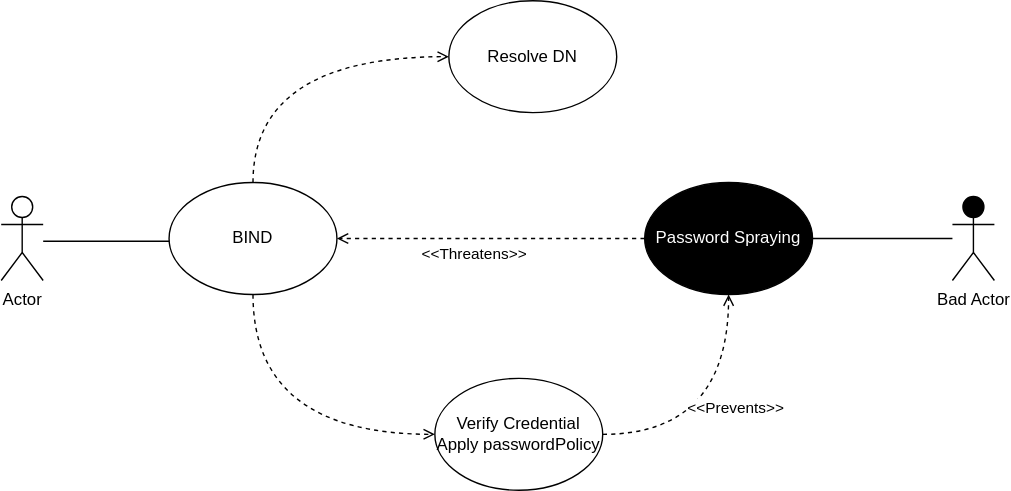
The draw.io diagram Use-Misuse Case-Final1 -Bind.drawio.svg in bartelsjoshuac/SAPG, before a commit. Source tidied: cells renumbered, new cells last; positions are measured from the earlier drawing's top-left corner, leaving out a move shared by most shapes. Its diagram source:
```xml
<mxGraphModel>
  <root>
    <mxCell id="0" />
    <mxCell id="1" parent="0" />
    <mxCell id="2" value="Actor" style="shape=umlActor;verticalLabelPosition=bottom;verticalAlign=top;html=1;fillColor=#FFFFFF;" parent="1" vertex="1">
      <mxGeometry y="140" width="30" height="60" as="geometry" />
    </mxCell>
    <mxCell id="3" style="endArrow=none;html=1;" parent="1" edge="1">
      <mxGeometry relative="1" as="geometry">
        <mxPoint x="30" y="172" as="sourcePoint" />
        <mxPoint x="120" y="172" as="targetPoint" />
      </mxGeometry>
    </mxCell>
    <mxCell id="4" style="edgeStyle=orthogonalEdgeStyle;rounded=1;jettySize=auto;html=1;entryX=0;entryY=0.5;entryDx=0;entryDy=0;dashed=1;strokeWidth=1;endFill=0;endArrow=open;curved=1;exitX=0.5;exitY=0;exitDx=0;exitDy=0;" parent="1" edge="1" source="5" target="8">
      <mxGeometry relative="1" as="geometry" />
    </mxCell>
    <mxCell id="5" value="BIND" style="ellipse;whiteSpace=wrap;html=1;fillColor=#FFFFFF;" parent="1" vertex="1">
      <mxGeometry x="120" y="130" width="120" height="80" as="geometry" />
    </mxCell>
    <mxCell id="6" value="Verify Credential&lt;br&gt;Apply passwordPolicy" style="ellipse;whiteSpace=wrap;html=1;fillColor=#FFFFFF;" parent="1" vertex="1">
      <mxGeometry x="310" y="270" width="120" height="80" as="geometry" />
    </mxCell>
    <mxCell id="7" style="endArrow=open;dashed=1;html=1;entryX=0;entryY=0.5;entryDx=0;entryDy=0;edgeStyle=orthogonalEdgeStyle;curved=1;endFill=0;strokeWidth=1;exitX=0.5;exitY=1;exitDx=0;exitDy=0;" parent="1" edge="1" source="5" target="6">
      <mxGeometry relative="1" as="geometry" />
    </mxCell>
    <mxCell id="8" value="Resolve DN" style="ellipse;whiteSpace=wrap;html=1;" parent="1" vertex="1">
      <mxGeometry x="320" width="120" height="80" as="geometry" />
    </mxCell>
    <mxCell id="9" style="edgeStyle=orthogonalEdgeStyle;rounded=0;jettySize=auto;html=1;entryX=1;entryY=0.5;entryDx=0;entryDy=0;endArrow=none;endFill=0;" parent="1" edge="1" source="10">
      <mxGeometry relative="1" as="geometry">
        <mxPoint x="580" y="170" as="targetPoint" />
      </mxGeometry>
    </mxCell>
    <mxCell id="10" value="Bad Actor" style="shape=umlActor;verticalLabelPosition=bottom;verticalAlign=top;html=1;outlineConnect=0;fillColor=#000000;" parent="1" vertex="1">
      <mxGeometry x="680" y="140" width="30" height="60" as="geometry" />
    </mxCell>
    <mxCell id="11" style="edgeStyle=orthogonalEdgeStyle;curved=1;rounded=0;jettySize=auto;html=1;entryX=1;entryY=0.5;entryDx=0;entryDy=0;dashed=1;endArrow=open;endFill=0;strokeWidth=1;" parent="1" edge="1" source="13">
      <mxGeometry relative="1" as="geometry">
        <mxPoint x="240" y="170" as="targetPoint" />
      </mxGeometry>
    </mxCell>
    <mxCell id="12" value="&amp;lt;&amp;lt;Threatens&amp;gt;&amp;gt;" style="edgeLabel;html=1;align=center;verticalAlign=middle;" parent="11" vertex="1">
      <mxGeometry x="0.11" y="1" relative="1" as="geometry">
        <mxPoint y="9" as="offset" />
      </mxGeometry>
    </mxCell>
    <mxCell id="13" value="Password Spraying" style="ellipse;whiteSpace=wrap;html=1;fillColor=#000000;fontColor=#FFFFFF;" parent="1" vertex="1">
      <mxGeometry x="460" y="130" width="120" height="80" as="geometry" />
    </mxCell>
    <mxCell id="14" style="edgeStyle=orthogonalEdgeStyle;curved=1;rounded=0;jettySize=auto;html=1;dashed=1;endArrow=open;endFill=0;strokeWidth=1;exitX=1;exitY=0.5;exitDx=0;exitDy=0;entryX=0.5;entryY=1;entryDx=0;entryDy=0;" parent="1" edge="1" source="6" target="13">
      <mxGeometry relative="1" as="geometry" />
    </mxCell>
    <mxCell id="15" value="&amp;lt;&amp;lt;Prevents&amp;gt;&amp;gt;" style="edgeLabel;html=1;align=center;verticalAlign=middle;" parent="14" vertex="1">
      <mxGeometry x="-0.23" y="23" relative="1" as="geometry">
        <mxPoint x="21" y="3" as="offset" />
      </mxGeometry>
    </mxCell>
  </root>
</mxGraphModel>
```
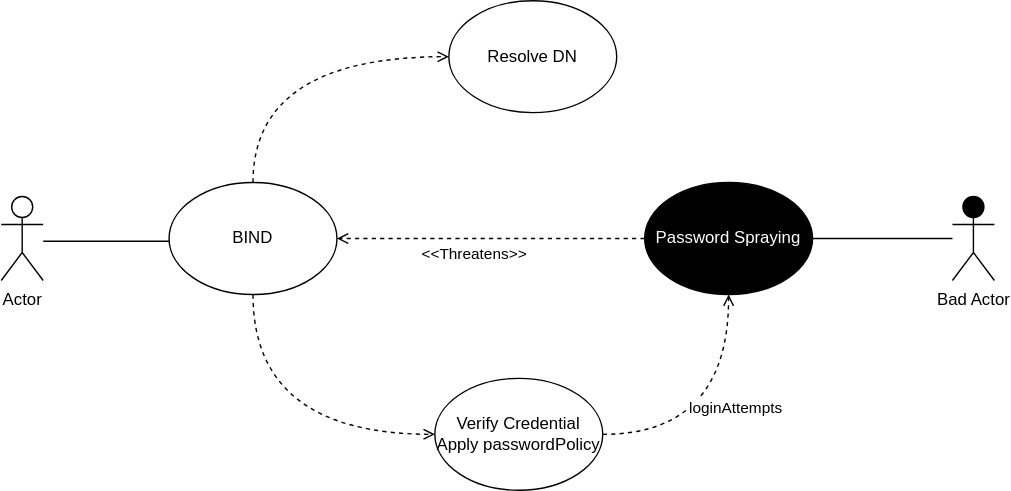
Later version of the same file.

Change to the diagram source:
```diff
@@ -50,7 +50,7 @@
     <mxCell id="14" style="edgeStyle=orthogonalEdgeStyle;curved=1;rounded=0;jettySize=auto;html=1;dashed=1;endArrow=open;endFill=0;strokeWidth=1;exitX=1;exitY=0.5;exitDx=0;exitDy=0;entryX=0.5;entryY=1;entryDx=0;entryDy=0;" parent="1" edge="1" source="6" target="13">
       <mxGeometry relative="1" as="geometry" />
     </mxCell>
-    <mxCell id="15" value="&amp;lt;&amp;lt;Prevents&amp;gt;&amp;gt;" style="edgeLabel;html=1;align=center;verticalAlign=middle;" parent="14" vertex="1">
+    <mxCell id="15" value="loginAttempts" style="edgeLabel;html=1;align=center;verticalAlign=middle;" parent="14" vertex="1">
       <mxGeometry x="-0.23" y="23" relative="1" as="geometry">
         <mxPoint x="21" y="3" as="offset" />
       </mxGeometry>
```
